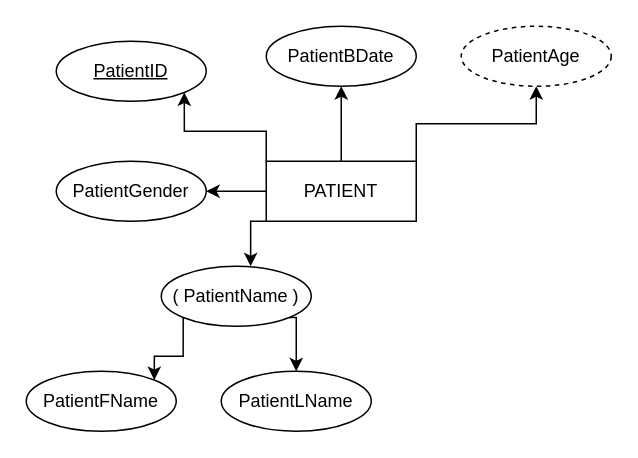
Earlier version of the draw.io diagram Untitled Diagram.drawio (vinaykurmi/star-schema). Source tidied: cells renumbered, new cells numbered last; positions are measured from the earlier drawing's top-left corner, leaving out a move shared by most shapes. Both pictures are drawn from the tidied source at 150%, with x=0, y=0 at pixel (26, 26).
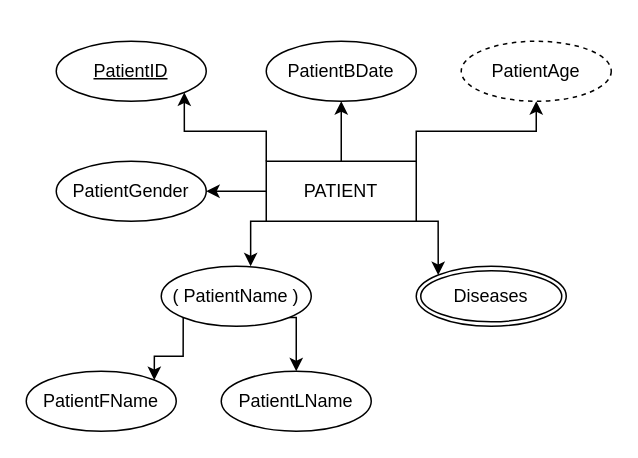
Above is the later version.

What changed in the source:
```diff
@@
 <mxGraphModel>
   <root>
     <mxCell id="0" />
     <mxCell id="1" parent="0" />
     <mxCell id="2" style="edgeStyle=orthogonalEdgeStyle;rounded=0;jettySize=auto;html=1;exitX=1;exitY=0;exitDx=0;exitDy=0;" parent="1" edge="1" source="7" target="9">
       <mxGeometry relative="1" as="geometry" />
     </mxCell>
     <mxCell id="3" style="edgeStyle=orthogonalEdgeStyle;rounded=0;jettySize=auto;html=1;exitX=0.5;exitY=0;exitDx=0;exitDy=0;entryX=0.5;entryY=1;entryDx=0;entryDy=0;" parent="1" edge="1" source="7" target="8">
       <mxGeometry relative="1" as="geometry" />
     </mxCell>
     <mxCell id="4" style="edgeStyle=orthogonalEdgeStyle;rounded=0;jettySize=auto;html=1;exitX=0;exitY=1;exitDx=0;exitDy=0;entryX=0.596;entryY=0;entryDx=0;entryDy=0;entryPerimeter=0;" parent="1" edge="1" source="7" target="14">
       <mxGeometry relative="1" as="geometry" />
     </mxCell>
     <mxCell id="5" style="edgeStyle=orthogonalEdgeStyle;rounded=0;jettySize=auto;html=1;exitX=0;exitY=0.5;exitDx=0;exitDy=0;" parent="1" edge="1" source="7" target="11">
       <mxGeometry relative="1" as="geometry" />
     </mxCell>
     <mxCell id="6" style="edgeStyle=orthogonalEdgeStyle;rounded=0;jettySize=auto;html=1;exitX=0;exitY=0;exitDx=0;exitDy=0;entryX=1;entryY=1;entryDx=0;entryDy=0;" parent="1" edge="1" source="7" target="10">
       <mxGeometry relative="1" as="geometry" />
     </mxCell>
+    <mxCell id="17" style="edgeStyle=orthogonalEdgeStyle;rounded=0;jettySize=auto;html=1;exitX=1;exitY=1;exitDx=0;exitDy=0;entryX=0;entryY=0;entryDx=0;entryDy=0;" parent="1" edge="1" source="7" target="18">
+      <mxGeometry relative="1" as="geometry" />
+    </mxCell>
     <mxCell id="7" value="PATIENT" style="whiteSpace=wrap;html=1;align=center;" parent="1" vertex="1">
       <mxGeometry x="160" y="90" width="100" height="40" as="geometry" />
     </mxCell>
     <mxCell id="8" value="PatientBDate" style="ellipse;whiteSpace=wrap;html=1;align=center;" parent="1" vertex="1">
-      <mxGeometry x="160" width="100" height="40" as="geometry" />
+      <mxGeometry x="160" y="10" width="100" height="40" as="geometry" />
     </mxCell>
     <mxCell id="9" value="PatientAge" style="ellipse;whiteSpace=wrap;html=1;align=center;dashed=1;" parent="1" vertex="1">
-      <mxGeometry x="290" width="100" height="40" as="geometry" />
+      <mxGeometry x="290" y="10" width="100" height="40" as="geometry" />
     </mxCell>
     <mxCell id="10" value="PatientID" style="ellipse;whiteSpace=wrap;html=1;align=center;fontStyle=4;" parent="1" vertex="1">
       <mxGeometry x="20" y="10" width="100" height="40" as="geometry" />
     </mxCell>
     <mxCell id="11" value="PatientGender" style="ellipse;whiteSpace=wrap;html=1;align=center;" parent="1" vertex="1">
       <mxGeometry x="20" y="90" width="100" height="40" as="geometry" />
     </mxCell>
     <mxCell id="12" style="edgeStyle=orthogonalEdgeStyle;rounded=0;jettySize=auto;html=1;exitX=0;exitY=1;exitDx=0;exitDy=0;entryX=1;entryY=0;entryDx=0;entryDy=0;" parent="1" edge="1" source="14" target="16">
       <mxGeometry relative="1" as="geometry" />
     </mxCell>
     <mxCell id="13" style="edgeStyle=orthogonalEdgeStyle;rounded=0;jettySize=auto;html=1;exitX=1;exitY=1;exitDx=0;exitDy=0;entryX=0.5;entryY=0;entryDx=0;entryDy=0;" parent="1" edge="1" source="14" target="15">
       <mxGeometry relative="1" as="geometry" />
     </mxCell>
     <mxCell id="14" value="( PatientName )" style="ellipse;whiteSpace=wrap;html=1;align=center;" parent="1" vertex="1">
       <mxGeometry x="90" y="160" width="100" height="40" as="geometry" />
     </mxCell>
     <mxCell id="15" value="PatientLName" style="ellipse;whiteSpace=wrap;html=1;align=center;" parent="1" vertex="1">
       <mxGeometry x="130" y="230" width="100" height="40" as="geometry" />
     </mxCell>
     <mxCell id="16" value="PatientFName" style="ellipse;whiteSpace=wrap;html=1;align=center;" parent="1" vertex="1">
       <mxGeometry y="230" width="100" height="40" as="geometry" />
     </mxCell>
+    <mxCell id="18" value="Diseases" style="ellipse;shape=doubleEllipse;margin=3;whiteSpace=wrap;html=1;align=center;" parent="1" vertex="1">
+      <mxGeometry x="260" y="160" width="100" height="40" as="geometry" />
+    </mxCell>
   </root>
 </mxGraphModel>
```
